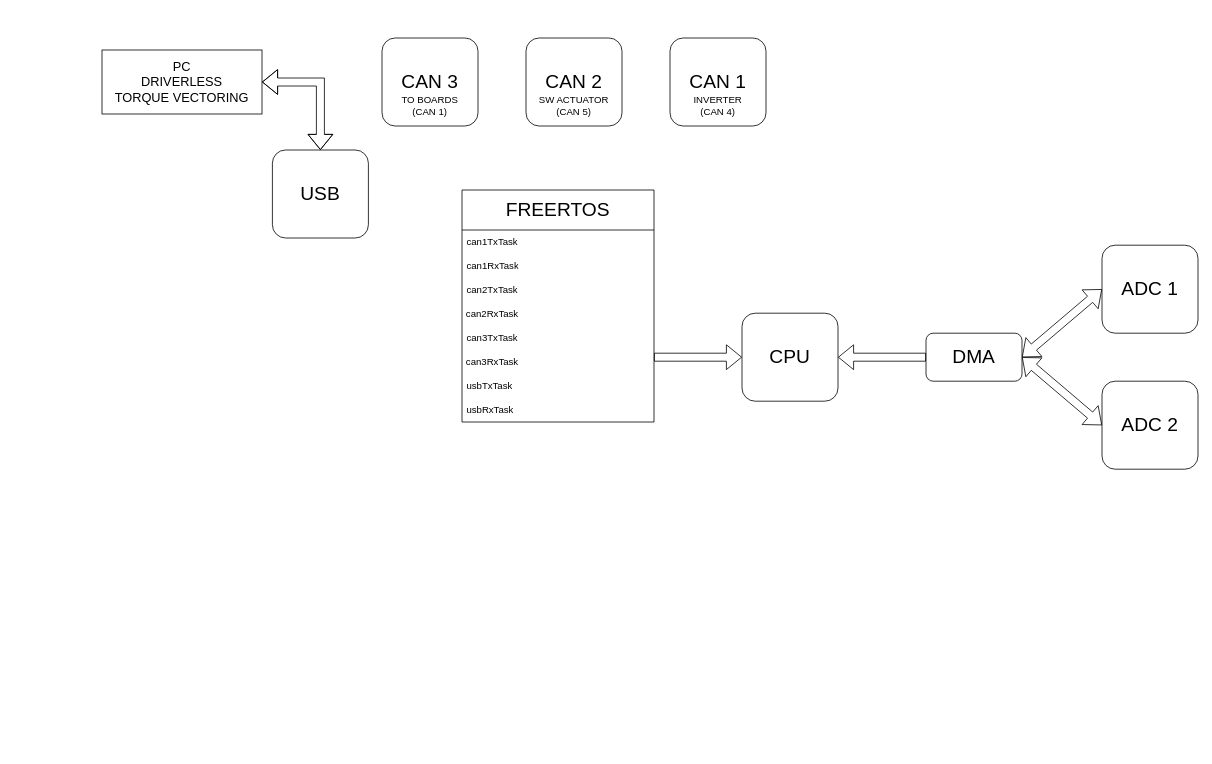
carloFerr/carloFerr keeps this draw.io diagram as VCUfirmwareScheme.drawio. Above is the earlier version. Source tidied: cells renumbered, new cells numbered last; positions are measured from the earlier drawing's top-left corner, leaving out a move shared by most shapes. Both pictures are drawn from the tidied source at 80%, with x=0, y=0 at pixel (102, 38).
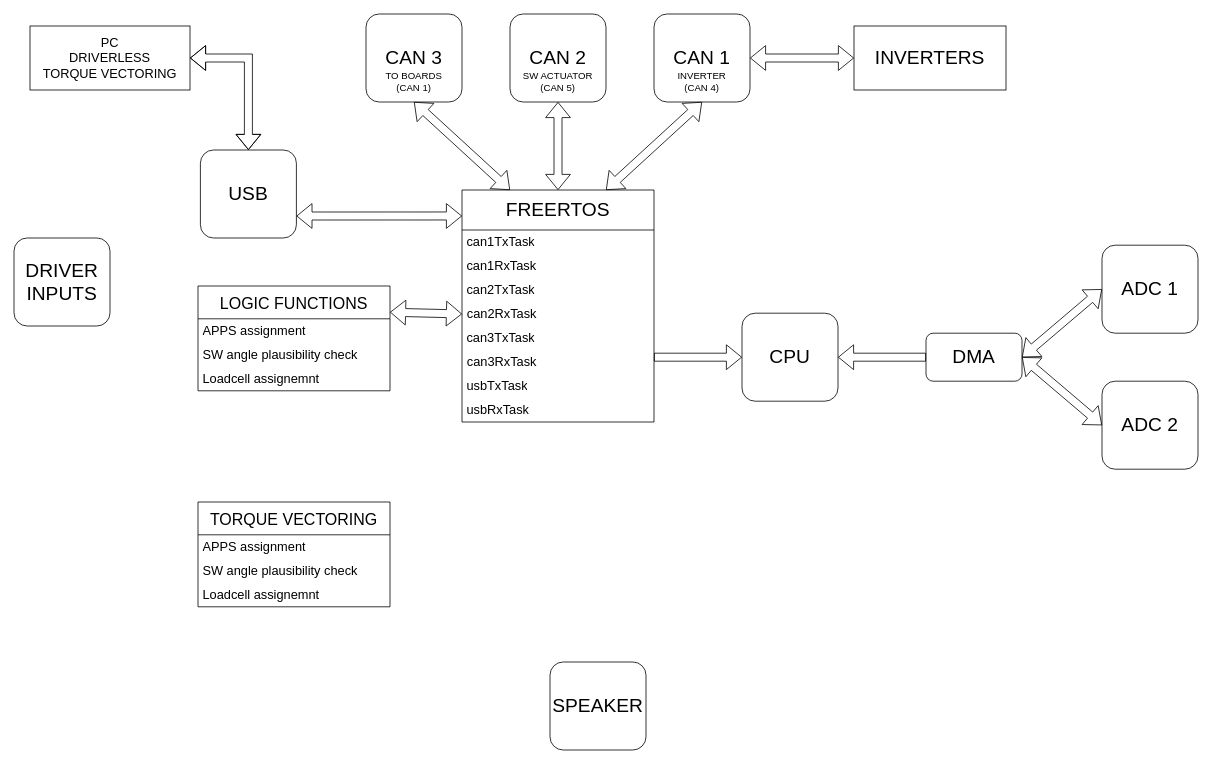
After the change.

The change refers to these unchanged cells:
```xml
<mxCell id="10" value="&lt;font style=&quot;font-size: 24px;&quot;&gt;FREERTOS&lt;/font&gt;" style="swimlane;fontStyle=0;horizontal=1;startSize=50;whiteSpace=wrap;html=1;" parent="1" vertex="1">
  <mxGeometry x="450" y="190" width="240" height="290" as="geometry" />
</mxCell>
```

What changed in the source:
```diff
@@
-    <mxCell id="11" value="can1TxTask" style="text;strokeColor=none;fillColor=none;align=left;verticalAlign=middle;spacingLeft=4;spacingRight=4;overflow=hidden;whiteSpace=wrap;html=1;" parent="10" vertex="1">
+    <mxCell id="11" value="&lt;font style=&quot;font-size: 16px;&quot;&gt;can1TxTask&lt;/font&gt;" style="text;strokeColor=none;fillColor=none;align=left;verticalAlign=middle;spacingLeft=4;spacingRight=4;overflow=hidden;whiteSpace=wrap;html=1;" parent="10" vertex="1">
       <mxGeometry y="50" width="240" height="30" as="geometry" />
     </mxCell>
-    <mxCell id="12" value="can1RxTask" style="text;strokeColor=none;fillColor=none;align=left;verticalAlign=middle;spacingLeft=4;spacingRight=4;overflow=hidden;whiteSpace=wrap;html=1;" parent="10" vertex="1">
+    <mxCell id="12" value="can1RxTask" style="text;strokeColor=none;fillColor=none;align=left;verticalAlign=middle;spacingLeft=4;spacingRight=4;overflow=hidden;whiteSpace=wrap;html=1;fontSize=16;" parent="10" vertex="1">
       <mxGeometry y="80" width="240" height="30" as="geometry" />
     </mxCell>
-    <mxCell id="13" value="can2TxTask" style="text;strokeColor=none;fillColor=none;align=left;verticalAlign=middle;spacingLeft=4;spacingRight=4;overflow=hidden;whiteSpace=wrap;html=1;" parent="10" vertex="1">
+    <mxCell id="13" value="can2TxTask" style="text;strokeColor=none;fillColor=none;align=left;verticalAlign=middle;spacingLeft=4;spacingRight=4;overflow=hidden;whiteSpace=wrap;html=1;fontSize=16;" parent="10" vertex="1">
       <mxGeometry y="110" width="240" height="30" as="geometry" />
     </mxCell>
-    <mxCell id="14" value="&amp;nbsp;can2RxTask" style="text;html=1;strokeColor=none;fillColor=none;align=left;verticalAlign=middle;whiteSpace=wrap;rounded=0;" parent="10" vertex="1">
+    <mxCell id="14" value="&amp;nbsp;can2RxTask" style="text;html=1;strokeColor=none;fillColor=none;align=left;verticalAlign=middle;whiteSpace=wrap;rounded=0;fontSize=16;" parent="10" vertex="1">
       <mxGeometry y="140" width="240" height="30" as="geometry" />
     </mxCell>
-    <mxCell id="15" value="can3TxTask" style="text;strokeColor=none;fillColor=none;align=left;verticalAlign=middle;spacingLeft=4;spacingRight=4;overflow=hidden;whiteSpace=wrap;html=1;" parent="10" vertex="1">
+    <mxCell id="15" value="can3TxTask" style="text;strokeColor=none;fillColor=none;align=left;verticalAlign=middle;spacingLeft=4;spacingRight=4;overflow=hidden;whiteSpace=wrap;html=1;fontSize=16;" parent="10" vertex="1">
       <mxGeometry y="170" width="240" height="30" as="geometry" />
     </mxCell>
-    <mxCell id="16" value="&amp;nbsp;can3RxTask" style="text;html=1;strokeColor=none;fillColor=none;align=left;verticalAlign=middle;whiteSpace=wrap;rounded=0;" parent="10" vertex="1">
+    <mxCell id="16" value="&amp;nbsp;can3RxTask" style="text;html=1;strokeColor=none;fillColor=none;align=left;verticalAlign=middle;whiteSpace=wrap;rounded=0;fontSize=16;" parent="10" vertex="1">
       <mxGeometry y="200" width="240" height="30" as="geometry" />
     </mxCell>
-    <mxCell id="17" value="usbTxTask" style="text;strokeColor=none;fillColor=none;align=left;verticalAlign=middle;spacingLeft=4;spacingRight=4;overflow=hidden;whiteSpace=wrap;html=1;" parent="10" vertex="1">
+    <mxCell id="17" value="usbTxTask" style="text;strokeColor=none;fillColor=none;align=left;verticalAlign=middle;spacingLeft=4;spacingRight=4;overflow=hidden;whiteSpace=wrap;html=1;fontSize=16;" parent="10" vertex="1">
       <mxGeometry y="230" width="240" height="30" as="geometry" />
     </mxCell>
-    <mxCell id="18" value="usbRxTask" style="text;strokeColor=none;fillColor=none;align=left;verticalAlign=middle;spacingLeft=4;spacingRight=4;overflow=hidden;whiteSpace=wrap;html=1;" parent="10" vertex="1">
+    <mxCell id="18" value="usbRxTask" style="text;strokeColor=none;fillColor=none;align=left;verticalAlign=middle;spacingLeft=4;spacingRight=4;overflow=hidden;whiteSpace=wrap;html=1;fontSize=16;" parent="10" vertex="1">
       <mxGeometry y="260" width="240" height="30" as="geometry" />
     </mxCell>
     <mxCell id="19" value="&lt;font style=&quot;font-size: 24px;&quot;&gt;CAN 1&lt;br&gt;&lt;/font&gt;" style="rounded=1;whiteSpace=wrap;html=1;" parent="1" vertex="1">
-      <mxGeometry x="710" width="120" height="110" as="geometry" />
+      <mxGeometry x="690" y="-30" width="120" height="110" as="geometry" />
     </mxCell>
     <mxCell id="20" value="INVERTER (CAN 4)" style="text;html=1;strokeColor=none;fillColor=none;align=center;verticalAlign=middle;whiteSpace=wrap;rounded=0;" parent="1" vertex="1">
-      <mxGeometry x="740" y="70" width="60" height="30" as="geometry" />
+      <mxGeometry x="720" y="40" width="60" height="30" as="geometry" />
     </mxCell>
     <mxCell id="21" value="&lt;font style=&quot;font-size: 24px;&quot;&gt;CAN 2&lt;br&gt;&lt;/font&gt;" style="rounded=1;whiteSpace=wrap;html=1;" parent="1" vertex="1">
-      <mxGeometry x="530" width="120" height="110" as="geometry" />
+      <mxGeometry x="510" y="-30" width="120" height="110" as="geometry" />
     </mxCell>
     <mxCell id="22" value="SW ACTUATOR&lt;br&gt;(CAN 5)" style="text;html=1;strokeColor=none;fillColor=none;align=center;verticalAlign=middle;whiteSpace=wrap;rounded=0;" parent="1" vertex="1">
-      <mxGeometry x="540" y="70" width="100" height="30" as="geometry" />
+      <mxGeometry x="520" y="40" width="100" height="30" as="geometry" />
     </mxCell>
     <mxCell id="23" value="&lt;font style=&quot;font-size: 24px;&quot;&gt;CAN 3&lt;br&gt;&lt;/font&gt;" style="rounded=1;whiteSpace=wrap;html=1;" parent="1" vertex="1">
-      <mxGeometry x="350" width="120" height="110" as="geometry" />
+      <mxGeometry x="330" y="-30" width="120" height="110" as="geometry" />
     </mxCell>
     <mxCell id="24" value="TO BOARDS&lt;br&gt;(CAN 1)" style="text;html=1;strokeColor=none;fillColor=none;align=center;verticalAlign=middle;whiteSpace=wrap;rounded=0;" parent="1" vertex="1">
-      <mxGeometry x="360" y="70" width="100" height="30" as="geometry" />
+      <mxGeometry x="340" y="40" width="100" height="30" as="geometry" />
     </mxCell>
     <mxCell id="25" value="&lt;font style=&quot;font-size: 24px;&quot;&gt;USB&lt;br&gt;&lt;/font&gt;" style="rounded=1;whiteSpace=wrap;html=1;" parent="1" vertex="1">
-      <mxGeometry x="213" y="140" width="120" height="110" as="geometry" />
+      <mxGeometry x="123" y="140" width="120" height="110" as="geometry" />
     </mxCell>
     <mxCell id="26" value="&lt;font style=&quot;font-size: 16px;&quot;&gt;PC&lt;br&gt;DRIVERLESS&lt;br&gt;TORQUE VECTORING&lt;/font&gt;" style="rounded=0;whiteSpace=wrap;html=1;" parent="1" vertex="1">
-      <mxGeometry y="15" width="200" height="80" as="geometry" />
+      <mxGeometry x="-90" y="-15" width="200" height="80" as="geometry" />
     </mxCell>
     <mxCell id="27" style="shape=flexArrow;endArrow=classic;startArrow=classic;html=1;rounded=0;exitX=1;exitY=0.5;exitDx=0;exitDy=0;entryX=0.5;entryY=0;entryDx=0;entryDy=0;" parent="1" edge="1" source="26" target="25">
       <mxGeometry relative="1" as="geometry">
         <Array as="points">
-          <mxPoint x="273" y="55" />
+          <mxPoint x="183" y="25" />
         </Array>
       </mxGeometry>
     </mxCell>
+    <mxCell id="28" value="&lt;font style=&quot;font-size: 20px;&quot;&gt;LOGIC FUNCTIONS&lt;/font&gt;" style="swimlane;fontStyle=0;horizontal=1;startSize=41;whiteSpace=wrap;html=1;" parent="1" vertex="1">
+      <mxGeometry x="120" y="310" width="240" height="131" as="geometry" />
+    </mxCell>
+    <mxCell id="29" value="APPS assignment" style="text;strokeColor=none;fillColor=none;align=left;verticalAlign=middle;spacingLeft=4;spacingRight=4;overflow=hidden;whiteSpace=wrap;html=1;fontSize=16;" parent="28" vertex="1">
+      <mxGeometry y="41" width="240" height="30" as="geometry" />
+    </mxCell>
+    <mxCell id="30" value="SW angle plausibility check" style="text;strokeColor=none;fillColor=none;align=left;verticalAlign=middle;spacingLeft=4;spacingRight=4;overflow=hidden;whiteSpace=wrap;html=1;fontSize=16;" parent="28" vertex="1">
+      <mxGeometry y="71" width="240" height="30" as="geometry" />
+    </mxCell>
+    <mxCell id="31" value="Loadcell assignemnt" style="text;strokeColor=none;fillColor=none;align=left;verticalAlign=middle;spacingLeft=4;spacingRight=4;overflow=hidden;whiteSpace=wrap;html=1;fontSize=16;" parent="28" vertex="1">
+      <mxGeometry y="101" width="240" height="30" as="geometry" />
+    </mxCell>
+    <mxCell id="32" value="&lt;font style=&quot;font-size: 24px;&quot;&gt;DRIVER&lt;br&gt;INPUTS&lt;br&gt;&lt;/font&gt;" style="rounded=1;whiteSpace=wrap;html=1;" parent="1" vertex="1">
+      <mxGeometry x="-110" y="250" width="120" height="110" as="geometry" />
+    </mxCell>
+    <mxCell id="33" value="&lt;font style=&quot;font-size: 24px;&quot;&gt;SPEAKER&lt;/font&gt;" style="rounded=1;whiteSpace=wrap;html=1;" parent="1" vertex="1">
+      <mxGeometry x="560" y="780" width="120" height="110" as="geometry" />
+    </mxCell>
+    <mxCell id="34" value="&lt;font style=&quot;font-size: 20px;&quot;&gt;TORQUE VECTORING&lt;/font&gt;" style="swimlane;fontStyle=0;horizontal=1;startSize=41;whiteSpace=wrap;html=1;" parent="1" vertex="1">
+      <mxGeometry x="120" y="580" width="240" height="131" as="geometry" />
+    </mxCell>
+    <mxCell id="35" value="APPS assignment" style="text;strokeColor=none;fillColor=none;align=left;verticalAlign=middle;spacingLeft=4;spacingRight=4;overflow=hidden;whiteSpace=wrap;html=1;fontSize=16;" parent="34" vertex="1">
+      <mxGeometry y="41" width="240" height="30" as="geometry" />
+    </mxCell>
+    <mxCell id="36" value="SW angle plausibility check" style="text;strokeColor=none;fillColor=none;align=left;verticalAlign=middle;spacingLeft=4;spacingRight=4;overflow=hidden;whiteSpace=wrap;html=1;fontSize=16;" parent="34" vertex="1">
+      <mxGeometry y="71" width="240" height="30" as="geometry" />
+    </mxCell>
+    <mxCell id="37" value="Loadcell assignemnt" style="text;strokeColor=none;fillColor=none;align=left;verticalAlign=middle;spacingLeft=4;spacingRight=4;overflow=hidden;whiteSpace=wrap;html=1;fontSize=16;" parent="34" vertex="1">
+      <mxGeometry y="101" width="240" height="30" as="geometry" />
+    </mxCell>
+    <mxCell id="38" style="shape=flexArrow;endArrow=classic;startArrow=classic;html=1;rounded=0;exitX=1;exitY=0.75;exitDx=0;exitDy=0;entryX=0;entryY=0.112;entryDx=0;entryDy=0;entryPerimeter=0;" parent="1" edge="1" source="25" target="10">
+      <mxGeometry relative="1" as="geometry" />
+    </mxCell>
+    <mxCell id="39" style="shape=flexArrow;endArrow=classic;startArrow=classic;html=1;rounded=0;exitX=1;exitY=0.25;exitDx=0;exitDy=0;entryX=0;entryY=0.5;entryDx=0;entryDy=0;" parent="1" edge="1" source="28" target="14">
+      <mxGeometry relative="1" as="geometry" />
+    </mxCell>
+    <mxCell id="40" style="shape=flexArrow;endArrow=classic;startArrow=classic;html=1;rounded=0;entryX=0.5;entryY=1;entryDx=0;entryDy=0;exitX=0.25;exitY=0;exitDx=0;exitDy=0;" parent="1" edge="1" source="10" target="23">
+      <mxGeometry relative="1" as="geometry" />
+    </mxCell>
+    <mxCell id="41" style="shape=flexArrow;endArrow=classic;startArrow=classic;html=1;rounded=0;entryX=0.5;entryY=1;entryDx=0;entryDy=0;exitX=0.5;exitY=0;exitDx=0;exitDy=0;" parent="1" edge="1" source="10" target="21">
+      <mxGeometry relative="1" as="geometry" />
+    </mxCell>
+    <mxCell id="42" style="shape=flexArrow;endArrow=classic;startArrow=classic;html=1;rounded=0;entryX=0.5;entryY=1;entryDx=0;entryDy=0;exitX=0.75;exitY=0;exitDx=0;exitDy=0;" parent="1" edge="1" source="10" target="19">
+      <mxGeometry relative="1" as="geometry" />
+    </mxCell>
+    <mxCell id="43" style="shape=flexArrow;endArrow=classic;startArrow=classic;html=1;rounded=0;entryX=0;entryY=0.5;entryDx=0;entryDy=0;exitX=1;exitY=0.5;exitDx=0;exitDy=0;" parent="1" edge="1" source="19">
+      <mxGeometry relative="1" as="geometry">
+        <mxPoint x="940" y="25" as="targetPoint" />
+      </mxGeometry>
+    </mxCell>
+    <mxCell id="44" value="&lt;font style=&quot;font-size: 24px;&quot;&gt;INVERTERS&lt;/font&gt;" style="rounded=0;whiteSpace=wrap;html=1;" parent="1" vertex="1">
+      <mxGeometry x="940" y="-15" width="190" height="80" as="geometry" />
+    </mxCell>
```
